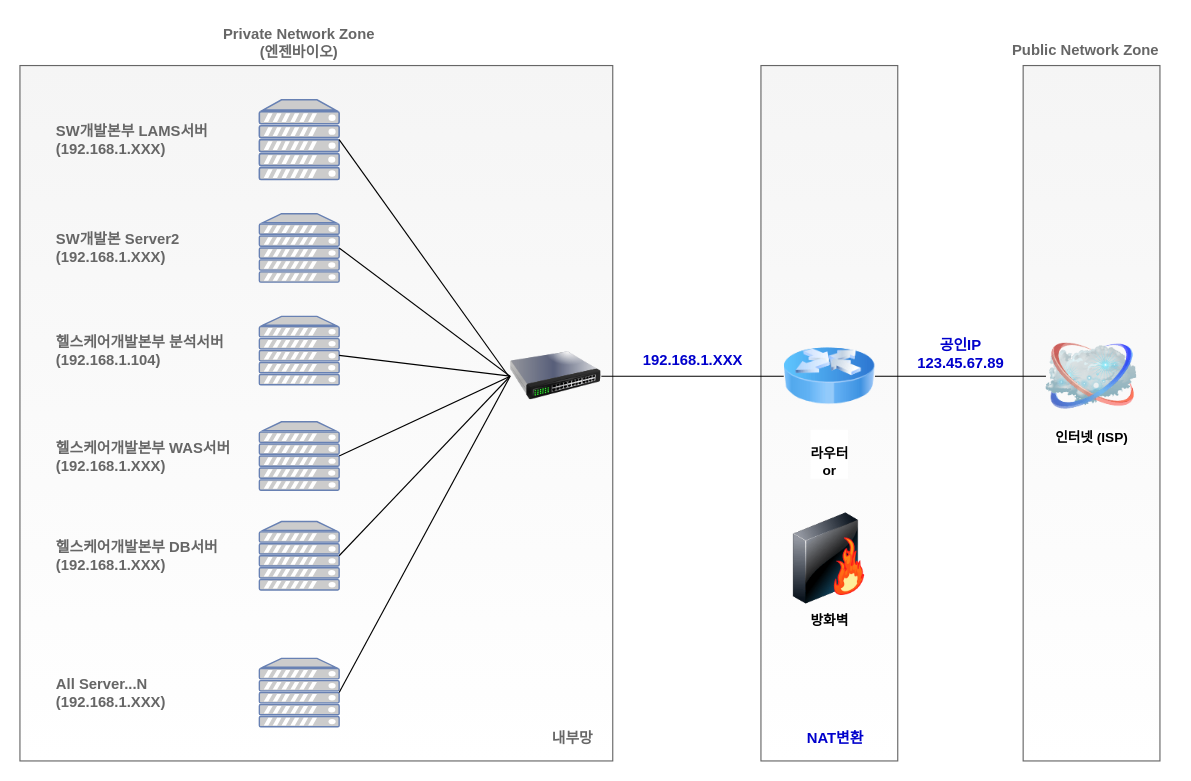
Before: 데이터모델링팀/엔젠바이오_서버실_네트워크구성도.drawio in JamesHField/NGENEBIO_Workflow, a draw.io diagram. Source tidied: cells renumbered, new cells numbered last; positions are measured from the earlier drawing's top-left corner, leaving out a move shared by most shapes. Both pictures are drawn from the tidied source at 114%, with x=0, y=0 at pixel (19, 19).
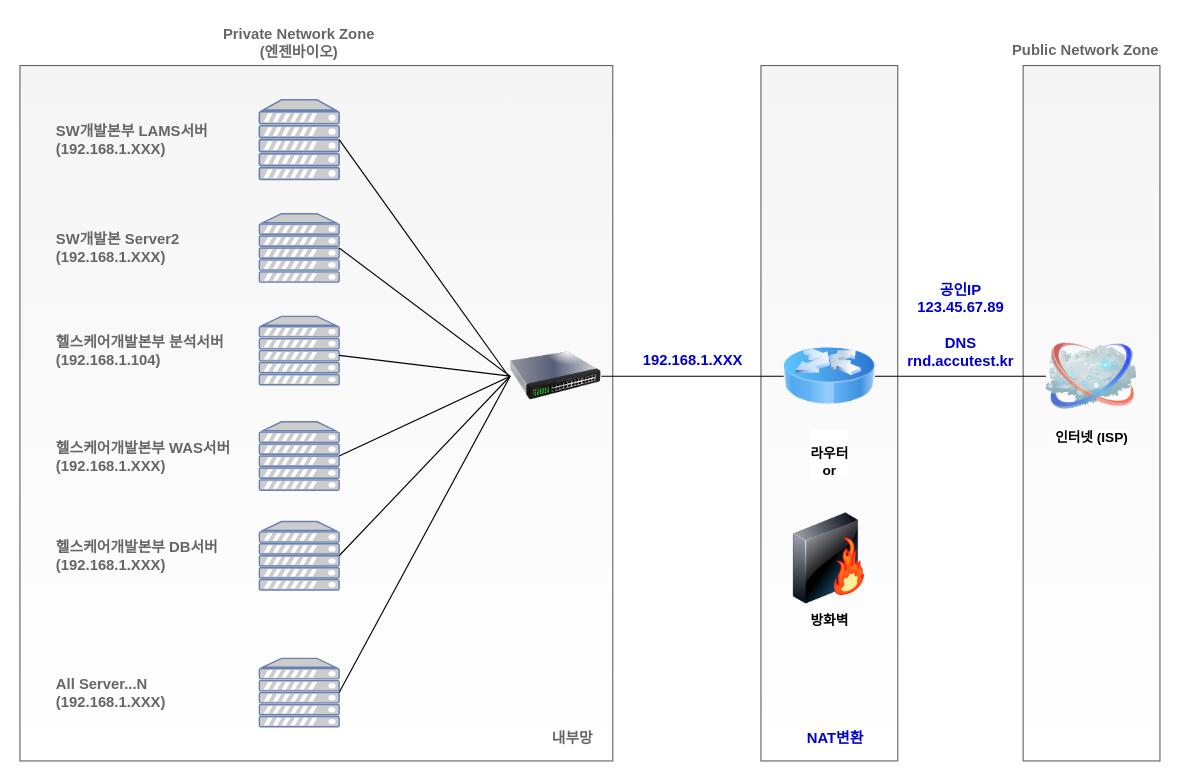
Above is the later version.

The edit, as a diff of the source:
```diff
@@
-    <mxCell id="33" value="공인IP&lt;br&gt;123.45.67.89" style="text;html=1;align=center;verticalAlign=middle;strokeColor=none;fontSize=13;fontColor=#0000CC;fontStyle=1;" parent="1" vertex="1">
-      <mxGeometry x="780" y="272.5" width="90" height="40" as="geometry" />
+    <mxCell id="33" value="공인IP&lt;br&gt;123.45.67.89&lt;br&gt;&lt;br&gt;DNS&lt;br&gt;rnd.accutest.kr" style="text;html=1;align=center;verticalAlign=middle;strokeColor=none;fontSize=13;fontColor=#0000CC;fontStyle=1;" parent="1" vertex="1">
+      <mxGeometry x="770" y="222.5" width="110" height="90" as="geometry" />
     </mxCell>
```
